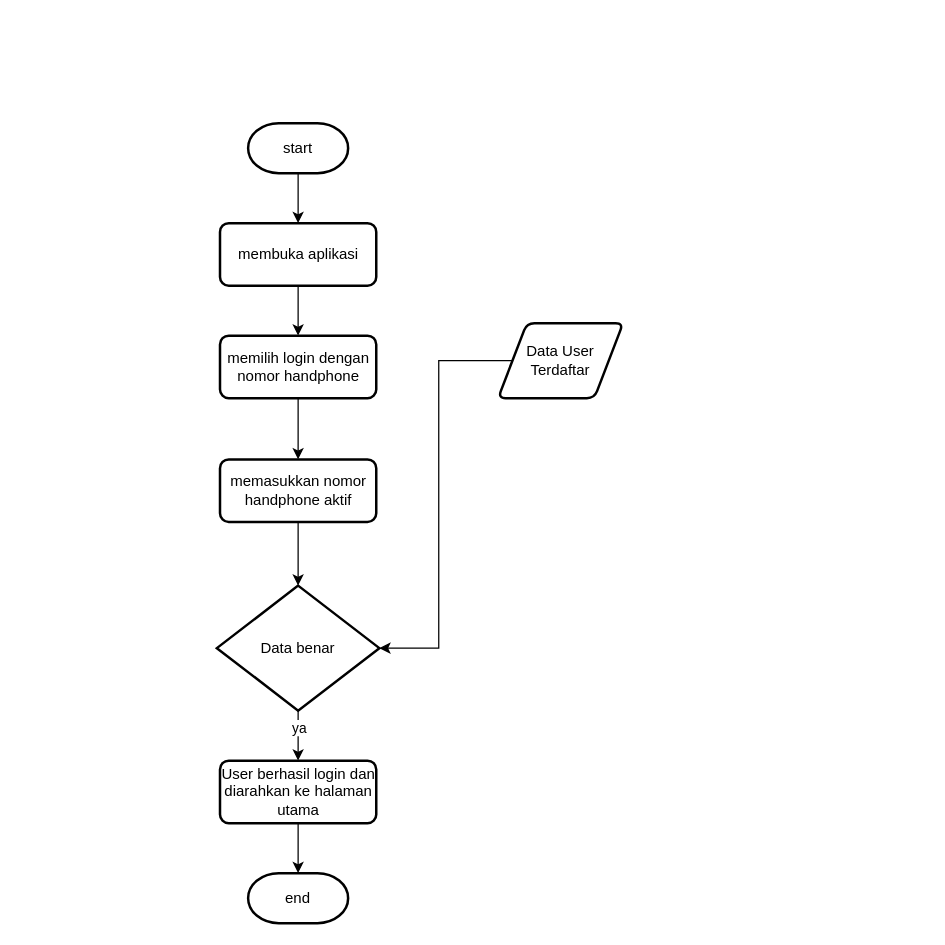
Earlier version of the draw.io diagram page "login aplikasi" (9 of 12) of Untitled Diagram.drawio (rukadabra/test). Source tidied: cells renumbered, new cells numbered last; positions are measured from the earlier drawing's top-left corner, leaving out a move shared by most shapes. Both pictures are drawn from the tidied source at 125%, with x=0, y=0 at pixel (216, 122).
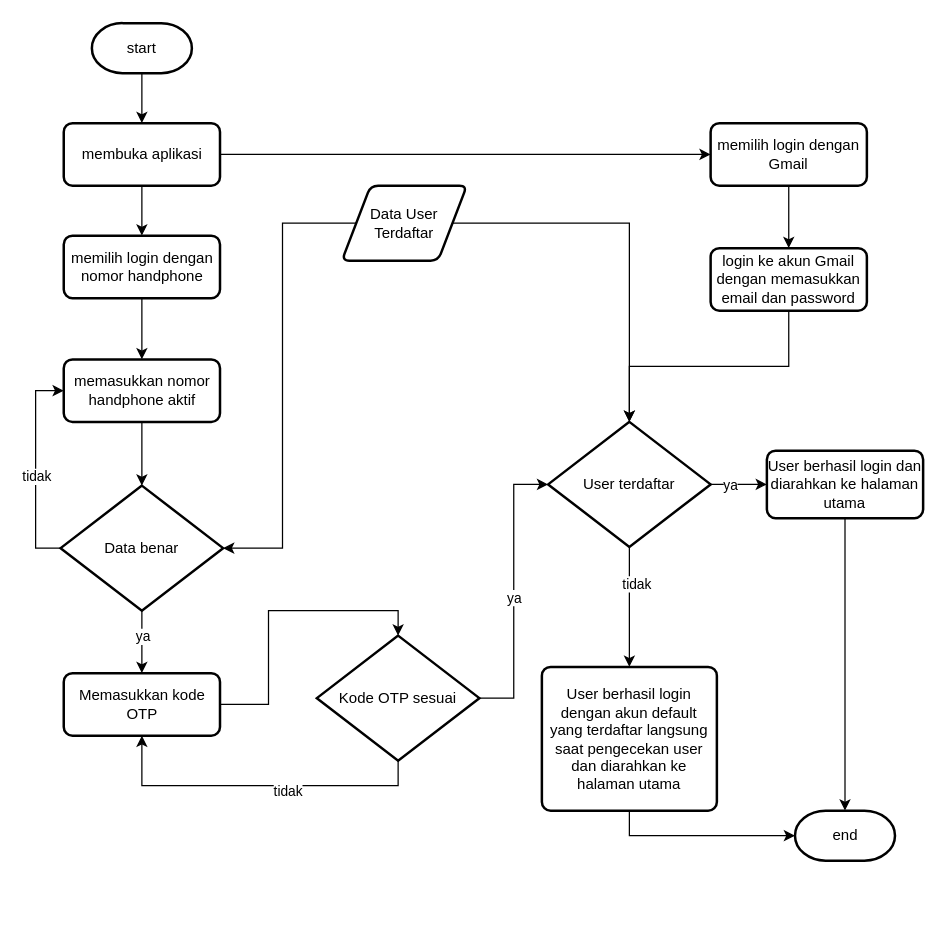
Above is the later version.

The edit, as a diff of the source:
```diff
@@
     <mxCell id="3" value="start" style="strokeWidth=2;html=1;shape=mxgraph.flowchart.terminator;whiteSpace=wrap;" parent="1" vertex="1">
-      <mxGeometry x="25" width="80" height="40" as="geometry" />
+      <mxGeometry x="-100" y="-80" width="80" height="40" as="geometry" />
     </mxCell>
@@
+    <mxCell id="18" style="edgeStyle=orthogonalEdgeStyle;rounded=0;jettySize=auto;html=1;entryX=0;entryY=0.5;entryDx=0;entryDy=0;" parent="1" edge="1" source="5" target="38">
+      <mxGeometry relative="1" as="geometry" />
+    </mxCell>
     <mxCell id="5" value="membuka aplikasi" style="rounded=1;whiteSpace=wrap;html=1;absoluteArcSize=1;arcSize=14;strokeWidth=2;" parent="1" vertex="1">
-      <mxGeometry x="2.5" y="80" width="125" height="50" as="geometry" />
+      <mxGeometry x="-122.5" width="125" height="50" as="geometry" />
     </mxCell>
@@
     <mxCell id="7" value="memilih login dengan nomor handphone" style="rounded=1;whiteSpace=wrap;html=1;absoluteArcSize=1;arcSize=14;strokeWidth=2;" parent="1" vertex="1">
-      <mxGeometry x="2.5" y="170" width="125" height="50" as="geometry" />
+      <mxGeometry x="-122.5" y="90" width="125" height="50" as="geometry" />
     </mxCell>
-    <mxCell id="8" style="edgeStyle=orthogonalEdgeStyle;rounded=0;jettySize=auto;html=1;entryX=0.5;entryY=0;entryDx=0;entryDy=0;entryPerimeter=0;" parent="1" edge="1" source="9" target="12">
-      <mxGeometry relative="1" as="geometry" />
-    </mxCell>
+    <mxCell id="19" style="edgeStyle=orthogonalEdgeStyle;rounded=0;jettySize=auto;html=1;entryX=0.5;entryY=0;entryDx=0;entryDy=0;entryPerimeter=0;" parent="1" edge="1" source="9" target="27">
+      <mxGeometry relative="1" as="geometry" />
+    </mxCell>
     <mxCell id="9" value="memasukkan nomor handphone aktif" style="rounded=1;whiteSpace=wrap;html=1;absoluteArcSize=1;arcSize=14;strokeWidth=2;" parent="1" vertex="1">
-      <mxGeometry x="2.5" y="269" width="125" height="50" as="geometry" />
+      <mxGeometry x="-122.5" y="189" width="125" height="50" as="geometry" />
     </mxCell>
-    <mxCell id="10" style="edgeStyle=orthogonalEdgeStyle;rounded=0;jettySize=auto;html=1;entryX=0.5;entryY=0;entryDx=0;entryDy=0;" parent="1" edge="1" source="12" target="16">
+    <mxCell id="10" style="edgeStyle=orthogonalEdgeStyle;rounded=0;jettySize=auto;html=1;entryX=0;entryY=0.5;entryDx=0;entryDy=0;" parent="1" edge="1" source="12" target="16">
       <mxGeometry relative="1" as="geometry" />
     </mxCell>
@@
+    <mxCell id="20" style="edgeStyle=orthogonalEdgeStyle;rounded=0;jettySize=auto;html=1;entryX=0.5;entryY=0;entryDx=0;entryDy=0;" parent="1" edge="1" source="12" target="36">
+      <mxGeometry relative="1" as="geometry" />
+    </mxCell>
+    <mxCell id="21" value="tidak" style="edgeLabel;html=1;align=center;verticalAlign=middle;" parent="20" vertex="1">
+      <mxGeometry x="-0.76" y="-1" relative="1" as="geometry">
+        <mxPoint x="6" y="17" as="offset" />
+      </mxGeometry>
+    </mxCell>
-    <mxCell id="12" value="Data benar" style="strokeWidth=2;html=1;shape=mxgraph.flowchart.decision;whiteSpace=wrap;" parent="1" vertex="1">
-      <mxGeometry y="370" width="130" height="100" as="geometry" />
+    <mxCell id="12" value="User terdaftar" style="strokeWidth=2;html=1;shape=mxgraph.flowchart.decision;whiteSpace=wrap;" parent="1" vertex="1">
+      <mxGeometry x="265" y="239" width="130" height="100" as="geometry" />
     </mxCell>
+    <mxCell id="22" style="edgeStyle=orthogonalEdgeStyle;rounded=0;jettySize=auto;html=1;entryX=1;entryY=0.5;entryDx=0;entryDy=0;entryPerimeter=0;" parent="1" edge="1" source="14" target="27">
+      <mxGeometry relative="1" as="geometry" />
+    </mxCell>
-    <mxCell id="13" style="edgeStyle=orthogonalEdgeStyle;rounded=0;jettySize=auto;html=1;entryX=1;entryY=0.5;entryDx=0;entryDy=0;entryPerimeter=0;" parent="1" edge="1" source="14" target="12">
+    <mxCell id="13" style="edgeStyle=orthogonalEdgeStyle;rounded=0;jettySize=auto;html=1;entryX=0.5;entryY=0;entryDx=0;entryDy=0;entryPerimeter=0;" parent="1" edge="1" source="14" target="12">
       <mxGeometry relative="1" as="geometry" />
     </mxCell>
     <mxCell id="14" value="Data User Terdaftar" style="shape=parallelogram;html=1;strokeWidth=2;perimeter=parallelogramPerimeter;whiteSpace=wrap;rounded=1;arcSize=12;size=0.23;" parent="1" vertex="1">
-      <mxGeometry x="225" y="160" width="100" height="60" as="geometry" />
+      <mxGeometry x="100" y="50" width="100" height="60" as="geometry" />
     </mxCell>
-    <mxCell id="15" style="edgeStyle=orthogonalEdgeStyle;rounded=0;jettySize=auto;html=1;entryX=0.5;entryY=0;entryDx=0;entryDy=0;entryPerimeter=0;" parent="1" edge="1" source="16" target="17">
+    <mxCell id="15" style="edgeStyle=orthogonalEdgeStyle;rounded=0;jettySize=auto;html=1;entryX=0.5;entryY=0;entryDx=0;entryDy=0;entryPerimeter=0;exitX=0.5;exitY=1;exitDx=0;exitDy=0;" parent="1" edge="1" source="16" target="17">
       <mxGeometry relative="1" as="geometry" />
     </mxCell>
     <mxCell id="16" value="User berhasil login dan diarahkan ke halaman utama" style="rounded=1;whiteSpace=wrap;html=1;absoluteArcSize=1;arcSize=14;strokeWidth=2;" parent="1" vertex="1">
-      <mxGeometry x="2.5" y="510" width="125" height="50" as="geometry" />
+      <mxGeometry x="440" y="262" width="125" height="54" as="geometry" />
     </mxCell>
     <mxCell id="17" value="end" style="strokeWidth=2;html=1;shape=mxgraph.flowchart.terminator;whiteSpace=wrap;" parent="1" vertex="1">
-      <mxGeometry x="25" y="600" width="80" height="40" as="geometry" />
+      <mxGeometry x="462.5" y="550" width="80" height="40" as="geometry" />
     </mxCell>
+    <mxCell id="23" style="edgeStyle=orthogonalEdgeStyle;rounded=0;jettySize=auto;html=1;entryX=0.5;entryY=0;entryDx=0;entryDy=0;" parent="1" edge="1" source="27" target="29">
+      <mxGeometry relative="1" as="geometry" />
+    </mxCell>
+    <mxCell id="24" value="ya" style="edgeLabel;html=1;align=center;verticalAlign=middle;" parent="23" vertex="1">
+      <mxGeometry x="-0.56" y="1" relative="1" as="geometry">
+        <mxPoint x="-1" y="9" as="offset" />
+      </mxGeometry>
+    </mxCell>
+    <mxCell id="25" style="edgeStyle=orthogonalEdgeStyle;rounded=0;jettySize=auto;html=1;entryX=0;entryY=0.5;entryDx=0;entryDy=0;" parent="1" edge="1" source="27" target="9">
+      <mxGeometry relative="1" as="geometry">
+        <Array as="points">
+          <mxPoint x="-145" y="340" />
+          <mxPoint x="-145" y="214" />
+        </Array>
+      </mxGeometry>
+    </mxCell>
+    <mxCell id="26" value="tidak" style="edgeLabel;html=1;align=center;verticalAlign=middle;" parent="25" vertex="1">
+      <mxGeometry x="-0.07" relative="1" as="geometry" />
+    </mxCell>
+    <mxCell id="27" value="Data benar" style="strokeWidth=2;html=1;shape=mxgraph.flowchart.decision;whiteSpace=wrap;" parent="1" vertex="1">
+      <mxGeometry x="-125" y="290" width="130" height="100" as="geometry" />
+    </mxCell>
+    <mxCell id="28" style="edgeStyle=orthogonalEdgeStyle;rounded=0;jettySize=auto;html=1;entryX=0.5;entryY=0;entryDx=0;entryDy=0;entryPerimeter=0;" parent="1" edge="1" source="29" target="34">
+      <mxGeometry relative="1" as="geometry" />
+    </mxCell>
+    <mxCell id="29" value="Memasukkan kode OTP" style="rounded=1;whiteSpace=wrap;html=1;absoluteArcSize=1;arcSize=14;strokeWidth=2;" parent="1" vertex="1">
+      <mxGeometry x="-122.5" y="440" width="125" height="50" as="geometry" />
+    </mxCell>
+    <mxCell id="30" style="edgeStyle=orthogonalEdgeStyle;rounded=0;jettySize=auto;html=1;entryX=0;entryY=0.5;entryDx=0;entryDy=0;entryPerimeter=0;exitX=1;exitY=0.5;exitDx=0;exitDy=0;exitPerimeter=0;" parent="1" edge="1" source="34" target="12">
+      <mxGeometry relative="1" as="geometry" />
+    </mxCell>
+    <mxCell id="31" value="ya" style="edgeLabel;html=1;align=center;verticalAlign=middle;" parent="30" vertex="1">
+      <mxGeometry x="-0.04" relative="1" as="geometry" />
+    </mxCell>
+    <mxCell id="32" style="edgeStyle=orthogonalEdgeStyle;rounded=0;jettySize=auto;html=1;entryX=0.5;entryY=1;entryDx=0;entryDy=0;exitX=0.5;exitY=1;exitDx=0;exitDy=0;exitPerimeter=0;" parent="1" edge="1" source="34" target="29">
+      <mxGeometry relative="1" as="geometry" />
+    </mxCell>
+    <mxCell id="33" value="tidak" style="edgeLabel;html=1;align=center;verticalAlign=middle;" parent="32" vertex="1">
+      <mxGeometry x="-0.18" y="4" relative="1" as="geometry" />
+    </mxCell>
+    <mxCell id="34" value="Kode OTP sesuai" style="strokeWidth=2;html=1;shape=mxgraph.flowchart.decision;whiteSpace=wrap;" parent="1" vertex="1">
+      <mxGeometry x="80" y="410" width="130" height="100" as="geometry" />
+    </mxCell>
+    <mxCell id="35" style="edgeStyle=orthogonalEdgeStyle;rounded=0;jettySize=auto;html=1;entryX=0;entryY=0.5;entryDx=0;entryDy=0;entryPerimeter=0;exitX=0.5;exitY=1;exitDx=0;exitDy=0;" parent="1" edge="1" source="36" target="17">
+      <mxGeometry relative="1" as="geometry" />
+    </mxCell>
+    <mxCell id="36" value="User berhasil login dengan akun default yang terdaftar langsung saat pengecekan user dan diarahkan ke halaman utama" style="rounded=1;whiteSpace=wrap;html=1;absoluteArcSize=1;arcSize=14;strokeWidth=2;" parent="1" vertex="1">
+      <mxGeometry x="260" y="435" width="140" height="115" as="geometry" />
+    </mxCell>
+    <mxCell id="37" style="edgeStyle=orthogonalEdgeStyle;rounded=0;jettySize=auto;html=1;entryX=0.5;entryY=0;entryDx=0;entryDy=0;" parent="1" edge="1" source="38" target="40">
+      <mxGeometry relative="1" as="geometry" />
+    </mxCell>
+    <mxCell id="38" value="memilih login dengan Gmail" style="rounded=1;whiteSpace=wrap;html=1;absoluteArcSize=1;arcSize=14;strokeWidth=2;" parent="1" vertex="1">
+      <mxGeometry x="395" width="125" height="50" as="geometry" />
+    </mxCell>
+    <mxCell id="39" style="edgeStyle=orthogonalEdgeStyle;rounded=0;jettySize=auto;html=1;entryX=0.5;entryY=0;entryDx=0;entryDy=0;entryPerimeter=0;" parent="1" edge="1" source="40" target="12">
+      <mxGeometry relative="1" as="geometry" />
+    </mxCell>
+    <mxCell id="40" value="login ke akun Gmail dengan memasukkan email dan password" style="rounded=1;whiteSpace=wrap;html=1;absoluteArcSize=1;arcSize=14;strokeWidth=2;" parent="1" vertex="1">
+      <mxGeometry x="395" y="100" width="125" height="50" as="geometry" />
+    </mxCell>
```
